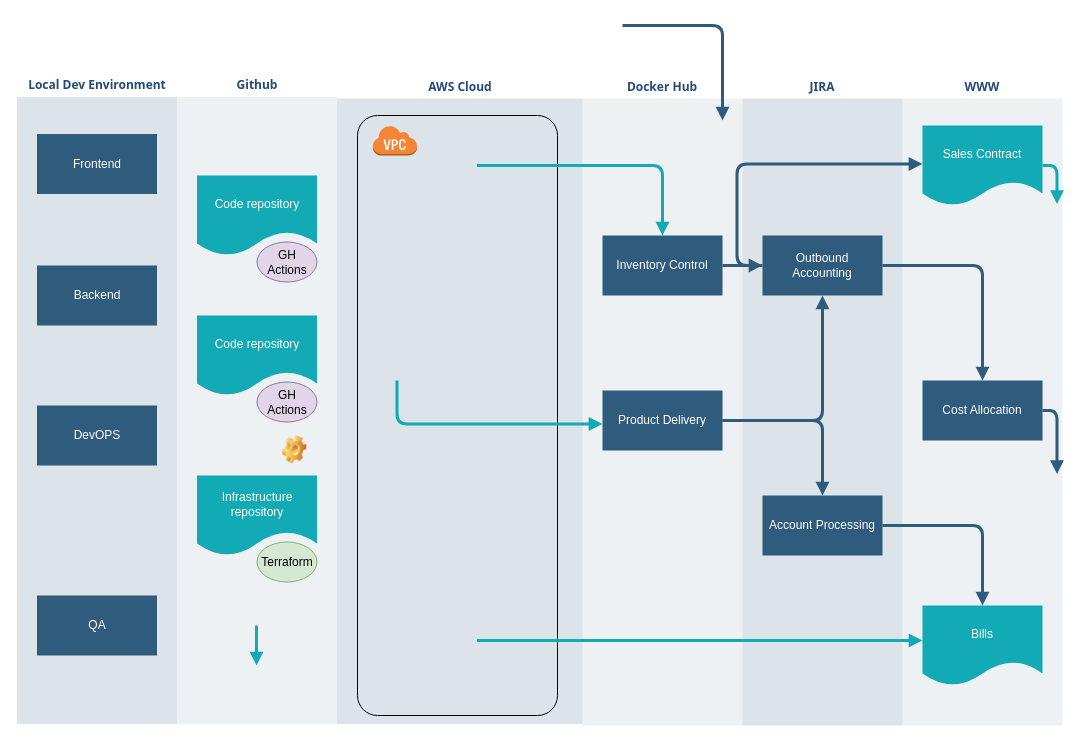
Earlier version of the draw.io diagram Megnevezetlen diagram.drawio (csotiistvan/Docker-redeploy-with-webhooks). Source tidied: cells renumbered, new cells numbered last; positions are measured from the earlier drawing's top-left corner, leaving out a move shared by most shapes. Both pictures are drawn from the tidied source at 100%, with x=0, y=0 at pixel (16, 25).
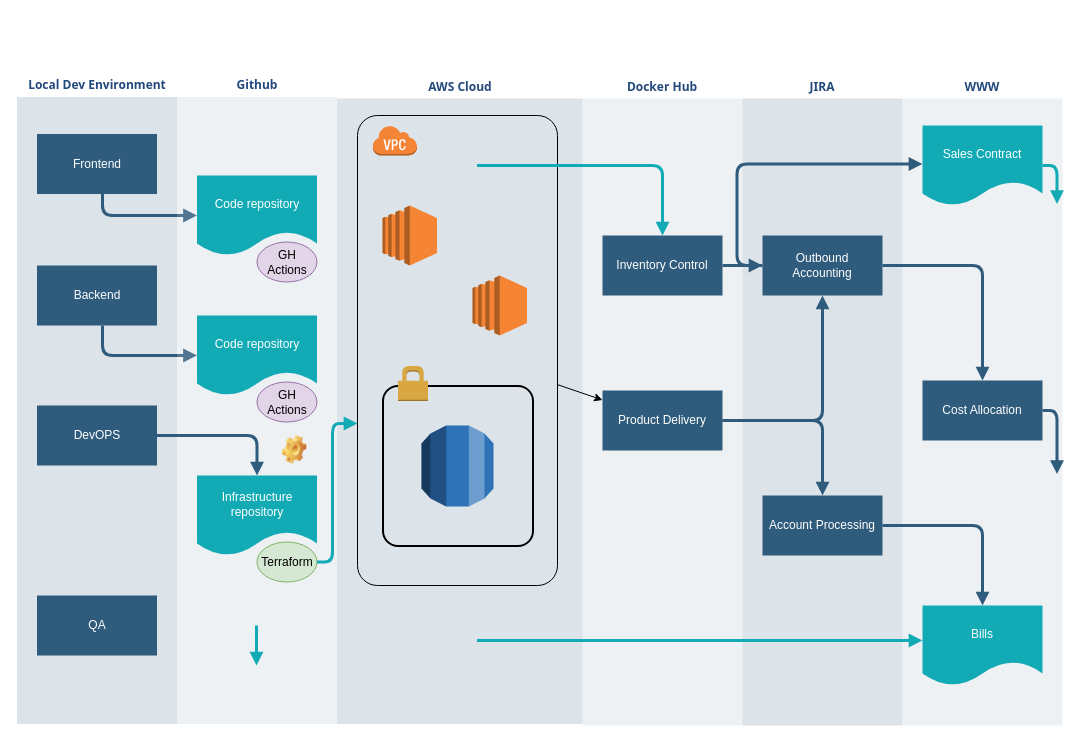
After the change.

The change refers to these unchanged cells:
```xml
<mxCell id="2" value="&lt;font color=&quot;#23497d&quot;&gt;Local Dev Environment&lt;/font&gt;" style="swimlane;whiteSpace=wrap;fillColor=none;swimlaneFillColor=#BAC8D3;fontColor=#2F5B7C;fontFamily=Tahoma;html=1;strokeColor=none;opacity=50;" parent="1" vertex="1">
  <mxGeometry x="0.5" y="48.5" width="160" height="650" as="geometry" />
</mxCell>
<mxCell id="14" value="&lt;font color=&quot;#23497d&quot;&gt;Github&lt;/font&gt;" style="swimlane;whiteSpace=wrap;fillColor=none;swimlaneFillColor=#BAC8D3;fontColor=#2F5B7C;fontFamily=Tahoma;html=1;strokeColor=none;opacity=25;" parent="1" vertex="1">
  <mxGeometry x="160.5" y="48.5" width="160" height="650" as="geometry" />
</mxCell>
<mxCell id="16" value="Infrastructure repository&lt;br&gt; " style="shape=document;whiteSpace=wrap;verticalAlign=middle;strokeColor=none;fillColor=#12aab5;shadow=0;fontColor=#FFFFFF;fontFamily=Helvetica;fontStyle=0;html=1;fontSize=12;spacing=6;spacingBottom=22;" parent="15" vertex="1">
  <mxGeometry width="120" height="80" as="geometry" />
</mxCell>
<mxCell id="17" value="Terraform" style="ellipse;whiteSpace=wrap;html=1;fillColor=#d5e8d4;strokeColor=#82b366;" parent="15" vertex="1">
  <mxGeometry x="60" y="66.5" width="60" height="40" as="geometry" />
</mxCell>
<mxCell id="19" value="Code repository&lt;br&gt; " style="shape=document;whiteSpace=wrap;verticalAlign=middle;strokeColor=none;fillColor=#12aab5;shadow=0;fontColor=#FFFFFF;fontFamily=Helvetica;fontStyle=0;html=1;fontSize=12;spacing=6;spacingBottom=22;" parent="18" vertex="1">
  <mxGeometry width="120" height="80" as="geometry" />
</mxCell>
<mxCell id="22" value="Code repository&lt;br&gt; " style="shape=document;whiteSpace=wrap;verticalAlign=middle;strokeColor=none;fillColor=#12aab5;shadow=0;fontColor=#FFFFFF;fontFamily=Helvetica;fontStyle=0;html=1;fontSize=12;spacing=6;spacingBottom=22;" parent="21" vertex="1">
  <mxGeometry width="120" height="80" as="geometry" />
</mxCell>
<mxCell id="26" value="&lt;span style=&quot;color: rgb(35, 73, 125);&quot;&gt;AWS Cloud&lt;/span&gt;" style="swimlane;whiteSpace=wrap;fillColor=none;swimlaneFillColor=#BAC8D3;fontColor=#2F5B7C;fontFamily=Tahoma;html=1;strokeColor=none;opacity=50;strokeWidth=1;" parent="1" vertex="1">
  <mxGeometry x="320.5" y="50" width="245.5" height="648.5" as="geometry" />
</mxCell>
<mxCell id="31" value="Product Delivery" style="whiteSpace=wrap;strokeColor=none;fillColor=#2f5b7c;shadow=0;fontColor=#FFFFFF;fontFamily=Helvetica;fontStyle=0;html=1;fontSize=12;spacing=6;verticalAlign=middle;" parent="29" vertex="1">
  <mxGeometry x="20" y="315" width="120" height="60" as="geometry" />
</mxCell>
```

Diff of the diagram source:
```diff
@@
+    <mxCell id="44" style="edgeStyle=segmentEdgeStyle;strokeColor=#2F5B7C;strokeWidth=3;html=1;endArrow=block;endFill=1;entryX=0;entryY=0.5;entryDx=0;entryDy=0;" parent="2" edge="1" target="22">
+      <mxGeometry x="-119" y="256.5" as="geometry">
+        <mxPoint x="85.5" y="251.5" as="sourcePoint" />
+        <Array as="points">
+          <mxPoint x="86" y="282" />
+        </Array>
+      </mxGeometry>
+    </mxCell>
+    <mxCell id="45" style="edgeStyle=segmentEdgeStyle;strokeColor=#2F5B7C;strokeWidth=3;html=1;endArrow=block;endFill=1;entryX=0;entryY=0.5;entryDx=0;entryDy=0;" parent="2" edge="1" target="19">
+      <mxGeometry x="-143.5" y="36.5" as="geometry">
+        <mxPoint x="85.5" y="120" as="sourcePoint" />
+        <Array as="points">
+          <mxPoint x="86" y="142" />
+        </Array>
+      </mxGeometry>
+    </mxCell>
@@
+    <mxCell id="33" style="edgeStyle=segmentEdgeStyle;strokeColor=#2F5B7C;strokeWidth=3;html=1;endArrow=block;endFill=1;entryX=0.5;entryY=0;entryDx=0;entryDy=0;" parent="14" edge="1" target="16">
+      <mxGeometry x="-24.5" y="425" as="geometry">
+        <mxPoint x="-24.5" y="361.5" as="sourcePoint" />
+      </mxGeometry>
+    </mxCell>
@@
+    <mxCell id="46" style="rounded=1;arcSize=10;dashed=0;fillColor=none;gradientColor=none;strokeWidth=2;" parent="26" vertex="1">
+      <mxGeometry x="46" y="310.5" width="150" height="160" as="geometry" />
+    </mxCell>
     <mxCell id="27" style="rounded=1;arcSize=10;dashed=0;fillColor=none;gradientColor=none;strokeWidth=1;" parent="26" vertex="1">
-      <mxGeometry x="20.5" y="40" width="200" height="600" as="geometry" />
+      <mxGeometry x="20.5" y="40" width="200" height="470" as="geometry" />
     </mxCell>
@@
+    <mxCell id="47" style="dashed=0;verticalLabelPosition=bottom;verticalAlign=top;align=center;html=1;shape=mxgraph.aws3.ec2;fillColor=#F58534;gradientColor=none;strokeWidth=1;" parent="26" vertex="1">
+      <mxGeometry x="45.5" y="130" width="54.5" height="60" as="geometry" />
+    </mxCell>
+    <mxCell id="48" style="dashed=0;verticalLabelPosition=bottom;verticalAlign=top;align=center;html=1;shape=mxgraph.aws3.ec2;fillColor=#F58534;gradientColor=none;strokeWidth=1;" parent="26" vertex="1">
+      <mxGeometry x="135.5" y="200" width="54.5" height="60" as="geometry" />
+    </mxCell>
+    <mxCell id="49" style="dashed=0;verticalLabelPosition=bottom;verticalAlign=top;align=center;html=1;shape=mxgraph.aws3.rds;fillColor=#2E73B8;gradientColor=none;strokeWidth=1;" parent="26" vertex="1">
+      <mxGeometry x="84.5" y="350" width="72" height="81" as="geometry" />
+    </mxCell>
+    <mxCell id="50" style="dashed=0;html=1;shape=mxgraph.aws3.permissions;fillColor=#D9A741;gradientColor=none;dashed=0;strokeWidth=1;" parent="26" vertex="1">
+      <mxGeometry x="61" y="290.5" width="30" height="35" as="geometry" />
+    </mxCell>
@@
-    <mxCell id="33" style="edgeStyle=segmentEdgeStyle;strokeColor=#2F5B7C;strokeWidth=3;html=1;endArrow=block;endFill=1;" parent="1" edge="1">
-      <mxGeometry x="630" y="103.5" as="geometry">
-        <mxPoint x="606" as="sourcePoint" />
-        <mxPoint x="706" y="95" as="targetPoint" />
-      </mxGeometry>
-    </mxCell>
@@
-    <mxCell id="36" style="edgeStyle=segmentEdgeStyle;strokeColor=#12AAB5;strokeWidth=3;html=1;endArrow=block;endFill=1;" parent="1" edge="1" target="31">
+    <mxCell id="36" style="edgeStyle=segmentEdgeStyle;strokeColor=#12AAB5;strokeWidth=3;html=1;endArrow=block;endFill=1;exitX=1;exitY=0.5;exitDx=0;exitDy=0;" parent="1" edge="1" source="17" target="27">
       <mxGeometry x="404.5" y="393.5" as="geometry">
-        <mxPoint x="380.5" y="355" as="sourcePoint" />
         <Array as="points">
-          <mxPoint x="380.5" y="398.5" />
+          <mxPoint x="316" y="537" />
+          <mxPoint x="316" y="398" />
         </Array>
       </mxGeometry>
     </mxCell>
@@
+    <mxCell id="51" style="edgeStyle=none;rounded=0;jettySize=auto;html=1;" parent="1" edge="1" source="27" target="31">
+      <mxGeometry relative="1" as="geometry" />
+    </mxCell>
```
